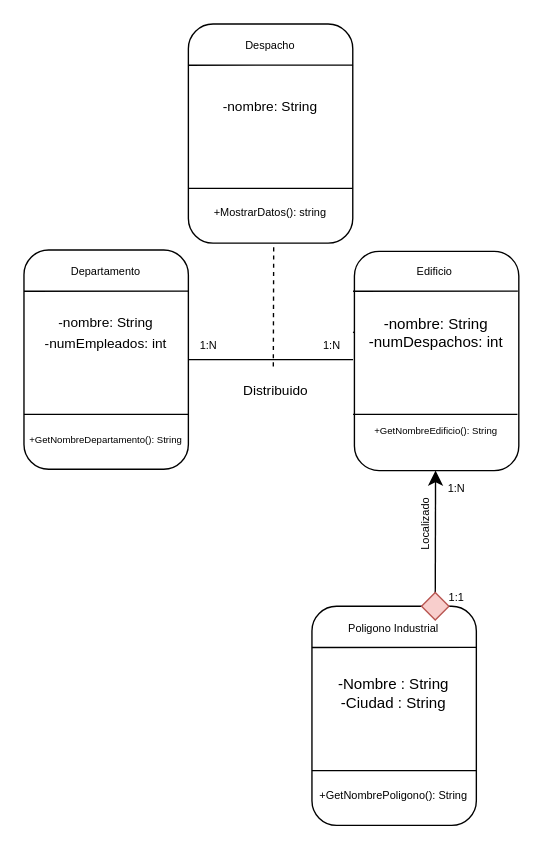
This is Entornos/7/Buaaa3.drawio from enderwigim/DAW1, a draw.io file, before an edit. Source tidied: cells renumbered, new cells numbered last; positions are measured from the earlier drawing's top-left corner, leaving out a move shared by most shapes. Both pictures are drawn from the tidied source at 137%, with x=0, y=0 at pixel (23, 23).
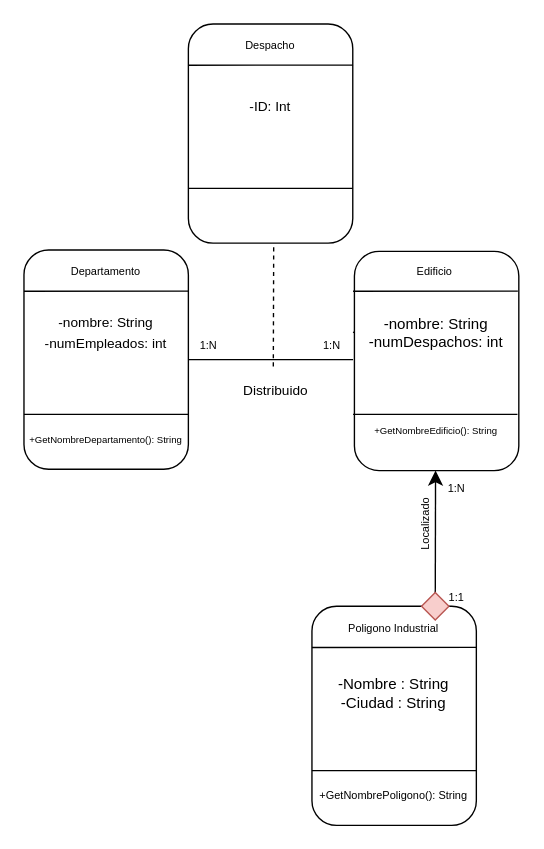
After the change.

Unchanged cells that the change refers to:
```xml
<mxCell id="35" style="group;" parent="1" vertex="1">
  <mxGeometry x="120" width="120.2" height="160" as="geometry" />
</mxCell>
```

Diff of the diagram source:
```diff
@@
-    <mxCell id="41" value="&lt;font size=&quot;1&quot;&gt;-nombre: String&lt;/font&gt;" style="text;html=1;align=center;verticalAlign=middle;whiteSpace=wrap;rounded=0;" parent="35" vertex="1">
+    <mxCell id="41" value="&lt;font size=&quot;1&quot;&gt;-ID: Int&lt;/font&gt;" style="text;html=1;align=center;verticalAlign=middle;whiteSpace=wrap;rounded=0;" parent="35" vertex="1">
       <mxGeometry y="40" width="120" height="40" as="geometry" />
     </mxCell>
-    <mxCell id="42" value="&lt;font style=&quot;font-size: 8px;&quot;&gt;+MostrarDatos(): string&lt;/font&gt;" style="text;html=1;align=center;verticalAlign=middle;whiteSpace=wrap;rounded=0;fontSize=16;" parent="35" vertex="1">
-      <mxGeometry x="15.1" y="120" width="89.9" height="30" as="geometry" />
-    </mxCell>
```
